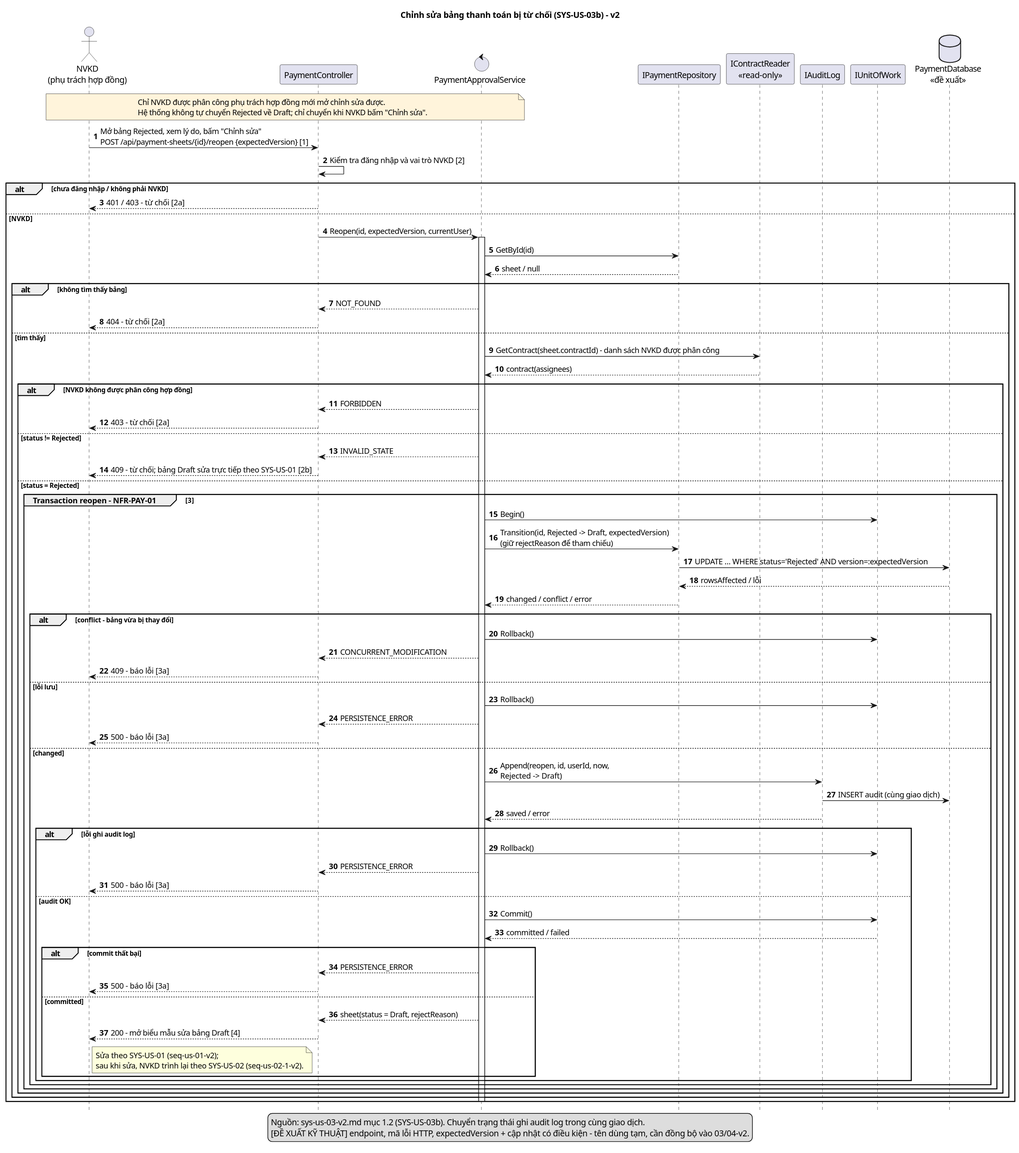
Spring-anzuaviv/03-SEMINAR-TA1 keeps this PlantUML diagram as docs/design/payment-management/v2/diagrams/seq-us-03-2-v2.svg. Above is the earlier version.
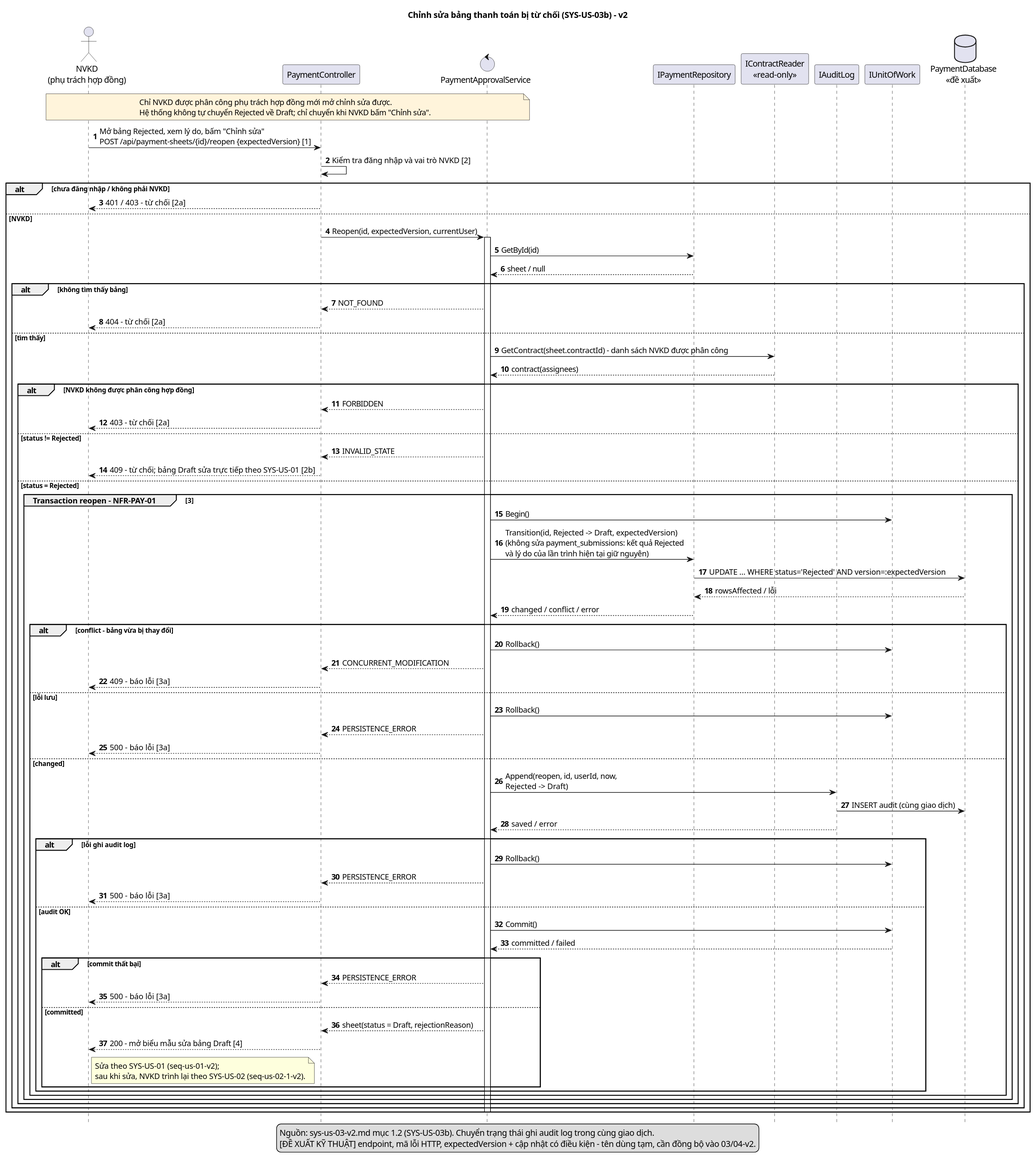
Above is the later version.

What changed in the source:
```diff
@@ -44,7 +44,7 @@
     else status = Rejected
       group Transaction reopen - NFR-PAY-01 [3]
         S -> UOW : Begin()
-        S -> R : Transition(id, Rejected -> Draft, expectedVersion)\n(giữ rejectReason để tham chiếu)
+        S -> R : Transition(id, Rejected -> Draft, expectedVersion)\n(không sửa payment_submissions: kết quả Rejected\nvà lý do của lần trình hiện tại giữ nguyên)
         R -> DB : UPDATE … WHERE status='Rejected' AND version=:expectedVersion
         DB --> R : rowsAffected / lỗi
         R --> S : changed / conflict / error
@@ -71,7 +71,7 @@
               S --> API : PERSISTENCE_ERROR
               API --> K : 500 - báo lỗi [3a]
             else committed
-              S --> API : sheet(status = Draft, rejectReason)
+              S --> API : sheet(status = Draft, rejectionReason)
               API --> K : 200 - mở biểu mẫu sửa bảng Draft [4]
               note right of K
                 Sửa theo SYS-US-01 (seq-us-01-v2);
```
